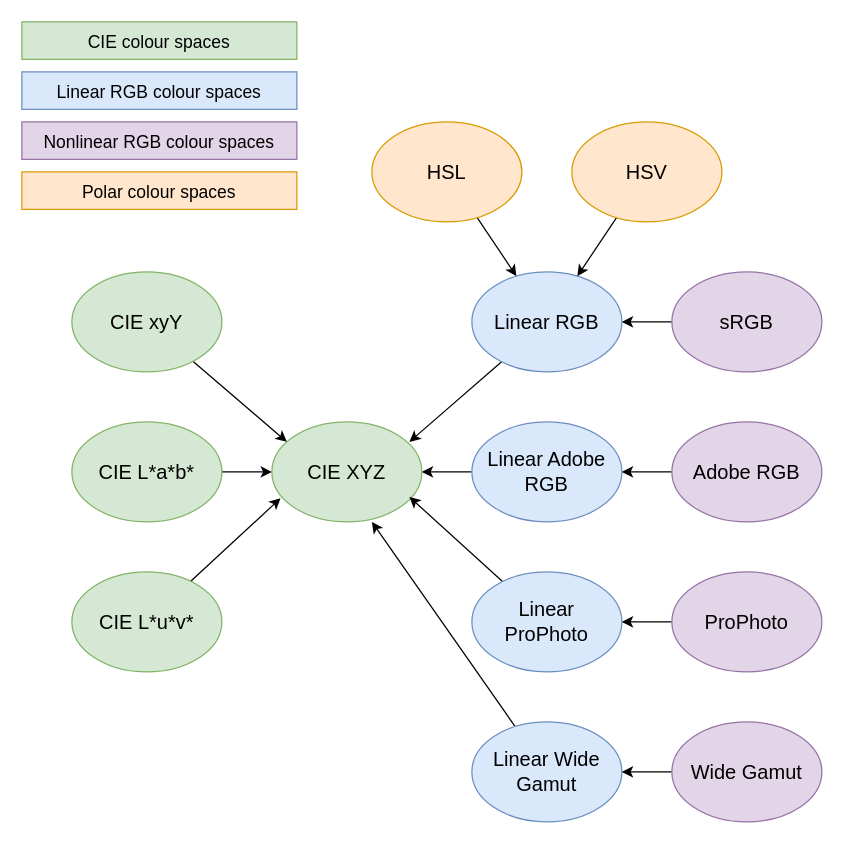
Above: docs/images/colour-spaces.drawio in CaptainCrowbar/rs-graphics-core (draw.io), before the change. Source tidied: cells renumbered, new cells numbered last; positions are measured from the earlier drawing's top-left corner, leaving out a move shared by most shapes. Both pictures are drawn from the tidied source at 125%, with x=0, y=0 at pixel (21, 21).
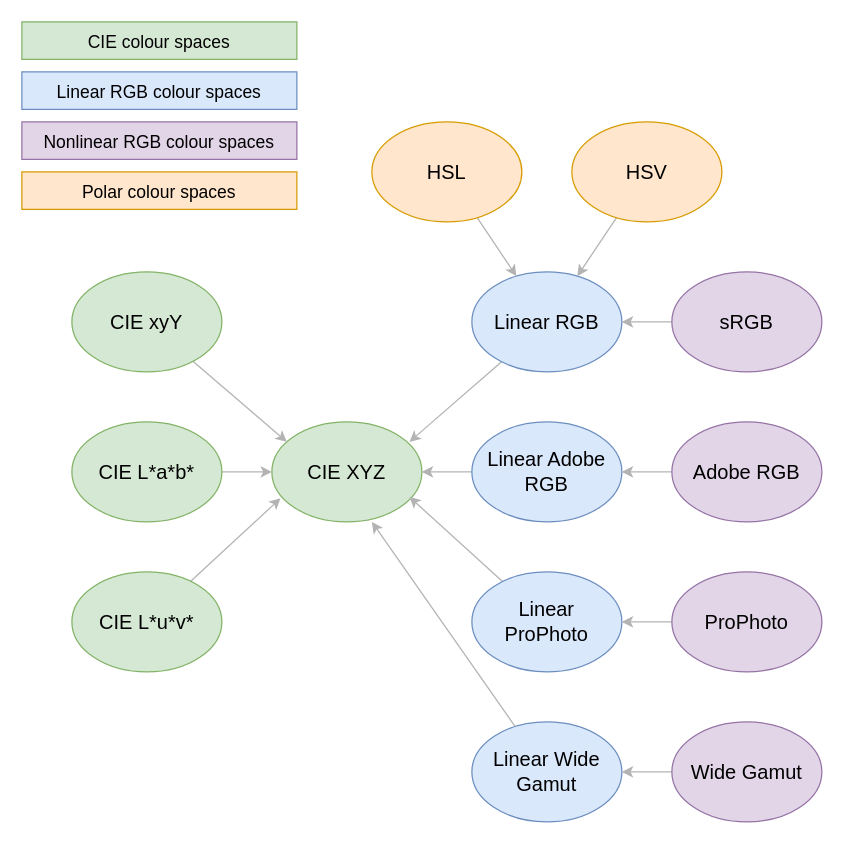
The same diagram, later.

Commit message (it also covers changes not shown here):
More tweaks to the diagram

The change refers to these unchanged cells:
```xml
<mxCell id="2" value="&lt;font style=&quot;font-size: 16px&quot;&gt;CIE XYZ&lt;/font&gt;" style="ellipse;whiteSpace=wrap;html=1;fillColor=#d5e8d4;strokeColor=#82b366;" parent="1" vertex="1">
  <mxGeometry x="200" y="320" width="120" height="80" as="geometry" />
</mxCell>
<mxCell id="4" value="&lt;font style=&quot;font-size: 16px&quot;&gt;CIE xyY&lt;/font&gt;" style="ellipse;whiteSpace=wrap;html=1;fillColor=#d5e8d4;strokeColor=#82b366;" parent="1" vertex="1">
  <mxGeometry x="40" y="200" width="120" height="80" as="geometry" />
</mxCell>
<mxCell id="6" value="&lt;font style=&quot;font-size: 16px&quot;&gt;CIE L*a*b*&lt;/font&gt;" style="ellipse;whiteSpace=wrap;html=1;fillColor=#d5e8d4;strokeColor=#82b366;" parent="1" vertex="1">
  <mxGeometry x="40" y="320" width="120" height="80" as="geometry" />
</mxCell>
<mxCell id="8" value="&lt;font style=&quot;font-size: 16px&quot;&gt;CIE L*u*v*&lt;/font&gt;" style="ellipse;whiteSpace=wrap;html=1;fillColor=#d5e8d4;strokeColor=#82b366;" parent="1" vertex="1">
  <mxGeometry x="40" y="440" width="120" height="80" as="geometry" />
</mxCell>
<mxCell id="10" value="&lt;font&gt;&lt;font style=&quot;font-size: 16px&quot;&gt;Linear RGB&lt;/font&gt;&lt;br&gt;&lt;/font&gt;" style="ellipse;whiteSpace=wrap;html=1;fillColor=#dae8fc;strokeColor=#6c8ebf;" parent="1" vertex="1">
  <mxGeometry x="360" y="200" width="120" height="80" as="geometry" />
</mxCell>
<mxCell id="12" value="&lt;font&gt;&lt;font style=&quot;font-size: 16px&quot;&gt;Linear Adobe&lt;br&gt;RGB&lt;/font&gt;&lt;br&gt;&lt;/font&gt;" style="ellipse;whiteSpace=wrap;html=1;fillColor=#dae8fc;strokeColor=#6c8ebf;" parent="1" vertex="1">
  <mxGeometry x="360" y="320" width="120" height="80" as="geometry" />
</mxCell>
<mxCell id="14" value="&lt;font&gt;&lt;font style=&quot;font-size: 16px&quot;&gt;Linear&lt;br&gt;ProPhoto&lt;/font&gt;&lt;br&gt;&lt;/font&gt;" style="ellipse;whiteSpace=wrap;html=1;fillColor=#dae8fc;strokeColor=#6c8ebf;" parent="1" vertex="1">
  <mxGeometry x="360" y="440" width="120" height="80" as="geometry" />
</mxCell>
<mxCell id="16" value="&lt;font&gt;&lt;font style=&quot;font-size: 16px&quot;&gt;Linear Wide&lt;br&gt;Gamut&lt;/font&gt;&lt;br&gt;&lt;/font&gt;" style="ellipse;whiteSpace=wrap;html=1;fillColor=#dae8fc;strokeColor=#6c8ebf;" parent="1" vertex="1">
  <mxGeometry x="360" y="560" width="120" height="80" as="geometry" />
</mxCell>
<mxCell id="18" value="&lt;font&gt;&lt;font style=&quot;font-size: 16px&quot;&gt;sRGB&lt;/font&gt;&lt;br&gt;&lt;/font&gt;" style="ellipse;whiteSpace=wrap;html=1;fillColor=#e1d5e7;strokeColor=#9673a6;" parent="1" vertex="1">
  <mxGeometry x="520" y="200" width="120" height="80" as="geometry" />
</mxCell>
<mxCell id="20" value="&lt;font&gt;&lt;font style=&quot;font-size: 16px&quot;&gt;Adobe RGB&lt;/font&gt;&lt;br&gt;&lt;/font&gt;" style="ellipse;whiteSpace=wrap;html=1;fillColor=#e1d5e7;strokeColor=#9673a6;" parent="1" vertex="1">
  <mxGeometry x="520" y="320" width="120" height="80" as="geometry" />
</mxCell>
<mxCell id="22" value="&lt;font&gt;&lt;font style=&quot;font-size: 16px&quot;&gt;ProPhoto&lt;/font&gt;&lt;br&gt;&lt;/font&gt;" style="ellipse;whiteSpace=wrap;html=1;fillColor=#e1d5e7;strokeColor=#9673a6;" parent="1" vertex="1">
  <mxGeometry x="520" y="440" width="120" height="80" as="geometry" />
</mxCell>
<mxCell id="24" value="&lt;font&gt;&lt;font style=&quot;font-size: 16px&quot;&gt;Wide Gamut&lt;/font&gt;&lt;br&gt;&lt;/font&gt;" style="ellipse;whiteSpace=wrap;html=1;fillColor=#e1d5e7;strokeColor=#9673a6;" parent="1" vertex="1">
  <mxGeometry x="520" y="560" width="120" height="80" as="geometry" />
</mxCell>
<mxCell id="26" value="&lt;font&gt;&lt;font style=&quot;font-size: 16px&quot;&gt;HSL&lt;/font&gt;&lt;br&gt;&lt;/font&gt;" style="ellipse;whiteSpace=wrap;html=1;fillColor=#ffe6cc;strokeColor=#d79b00;" parent="1" vertex="1">
  <mxGeometry x="280" y="80" width="120" height="80" as="geometry" />
</mxCell>
<mxCell id="28" value="&lt;font&gt;&lt;font style=&quot;font-size: 16px&quot;&gt;HSV&lt;/font&gt;&lt;br&gt;&lt;/font&gt;" style="ellipse;whiteSpace=wrap;html=1;fillColor=#ffe6cc;strokeColor=#d79b00;" parent="1" vertex="1">
  <mxGeometry x="440" y="80" width="120" height="80" as="geometry" />
</mxCell>
```

Change to the diagram source:
```diff
@@
-    <mxCell id="3" style="rounded=0;jettySize=auto;html=1;fontFamily=Helvetica;fontSize=14;fontColor=default;entryX=0.1;entryY=0.2;entryDx=0;entryDy=0;entryPerimeter=0;" parent="1" edge="1" source="4" target="2">
+    <mxCell id="3" style="rounded=0;jettySize=auto;html=1;fontFamily=Helvetica;fontSize=14;fontColor=default;entryX=0.1;entryY=0.2;entryDx=0;entryDy=0;entryPerimeter=0;strokeColor=#B3B3B3;" parent="1" edge="1" source="4" target="2">
       <mxGeometry relative="1" as="geometry" />
     </mxCell>
@@
-    <mxCell id="5" style="edgeStyle=orthogonalEdgeStyle;rounded=0;jettySize=auto;html=1;fontFamily=Helvetica;fontSize=14;fontColor=default;" parent="1" edge="1" source="6" target="2">
+    <mxCell id="5" style="edgeStyle=orthogonalEdgeStyle;rounded=0;jettySize=auto;html=1;fontFamily=Helvetica;fontSize=14;fontColor=default;strokeColor=#B3B3B3;" parent="1" edge="1" source="6" target="2">
       <mxGeometry relative="1" as="geometry" />
     </mxCell>
@@
-    <mxCell id="7" style="rounded=0;jettySize=auto;html=1;fontFamily=Helvetica;fontSize=14;fontColor=default;entryX=0.058;entryY=0.763;entryDx=0;entryDy=0;entryPerimeter=0;" parent="1" edge="1" source="8" target="2">
+    <mxCell id="7" style="rounded=0;jettySize=auto;html=1;fontFamily=Helvetica;fontSize=14;fontColor=default;entryX=0.058;entryY=0.763;entryDx=0;entryDy=0;entryPerimeter=0;strokeColor=#B3B3B3;" parent="1" edge="1" source="8" target="2">
       <mxGeometry relative="1" as="geometry" />
     </mxCell>
@@
-    <mxCell id="9" style="edgeStyle=none;rounded=0;jettySize=auto;html=1;fontFamily=Helvetica;fontSize=14;fontColor=default;entryX=0.917;entryY=0.2;entryDx=0;entryDy=0;entryPerimeter=0;" parent="1" edge="1" source="10" target="2">
+    <mxCell id="9" style="edgeStyle=none;rounded=0;jettySize=auto;html=1;fontFamily=Helvetica;fontSize=14;fontColor=default;entryX=0.917;entryY=0.2;entryDx=0;entryDy=0;entryPerimeter=0;strokeColor=#B3B3B3;" parent="1" edge="1" source="10" target="2">
       <mxGeometry relative="1" as="geometry" />
     </mxCell>
@@
-    <mxCell id="11" style="edgeStyle=none;rounded=0;jettySize=auto;html=1;fontFamily=Helvetica;fontSize=14;fontColor=default;entryX=1;entryY=0.5;entryDx=0;entryDy=0;" parent="1" edge="1" source="12" target="2">
+    <mxCell id="11" style="edgeStyle=none;rounded=0;jettySize=auto;html=1;fontFamily=Helvetica;fontSize=14;fontColor=default;entryX=1;entryY=0.5;entryDx=0;entryDy=0;strokeColor=#B3B3B3;" parent="1" edge="1" source="12" target="2">
       <mxGeometry relative="1" as="geometry" />
     </mxCell>
@@
-    <mxCell id="13" style="edgeStyle=none;rounded=0;jettySize=auto;html=1;fontFamily=Helvetica;fontSize=14;fontColor=default;" parent="1" edge="1" source="14">
+    <mxCell id="13" style="edgeStyle=none;rounded=0;jettySize=auto;html=1;fontFamily=Helvetica;fontSize=14;fontColor=default;strokeColor=#B3B3B3;" parent="1" edge="1" source="14">
       <mxGeometry relative="1" as="geometry">
         <mxPoint x="310" y="380" as="targetPoint" />
       </mxGeometry>
     </mxCell>
@@
-    <mxCell id="15" style="edgeStyle=none;rounded=0;jettySize=auto;html=1;fontFamily=Helvetica;fontSize=14;fontColor=default;" parent="1" edge="1" source="16">
+    <mxCell id="15" style="edgeStyle=none;rounded=0;jettySize=auto;html=1;fontFamily=Helvetica;fontSize=14;fontColor=default;strokeColor=#B3B3B3;" parent="1" edge="1" source="16">
       <mxGeometry relative="1" as="geometry">
         <mxPoint x="280" y="400" as="targetPoint" />
       </mxGeometry>
     </mxCell>
@@
-    <mxCell id="17" style="edgeStyle=none;rounded=0;jettySize=auto;html=1;fontFamily=Helvetica;fontSize=14;fontColor=default;" parent="1" edge="1" source="18" target="10">
+    <mxCell id="17" style="edgeStyle=none;rounded=0;jettySize=auto;html=1;fontFamily=Helvetica;fontSize=14;fontColor=default;strokeColor=#B3B3B3;" parent="1" edge="1" source="18" target="10">
       <mxGeometry relative="1" as="geometry" />
     </mxCell>
@@
-    <mxCell id="19" style="edgeStyle=none;rounded=0;jettySize=auto;html=1;fontFamily=Helvetica;fontSize=14;fontColor=default;" parent="1" edge="1" source="20" target="12">
+    <mxCell id="19" style="edgeStyle=none;rounded=0;jettySize=auto;html=1;fontFamily=Helvetica;fontSize=14;fontColor=default;strokeColor=#B3B3B3;" parent="1" edge="1" source="20" target="12">
       <mxGeometry relative="1" as="geometry" />
     </mxCell>
@@
-    <mxCell id="21" style="edgeStyle=none;rounded=0;jettySize=auto;html=1;fontFamily=Helvetica;fontSize=14;fontColor=default;" parent="1" edge="1" source="22" target="14">
+    <mxCell id="21" style="edgeStyle=none;rounded=0;jettySize=auto;html=1;fontFamily=Helvetica;fontSize=14;fontColor=default;strokeColor=#B3B3B3;" parent="1" edge="1" source="22" target="14">
       <mxGeometry relative="1" as="geometry" />
     </mxCell>
@@
-    <mxCell id="23" style="edgeStyle=none;rounded=0;jettySize=auto;html=1;fontFamily=Helvetica;fontSize=14;fontColor=default;" parent="1" edge="1" source="24" target="16">
+    <mxCell id="23" style="edgeStyle=none;rounded=0;jettySize=auto;html=1;fontFamily=Helvetica;fontSize=14;fontColor=default;strokeColor=#B3B3B3;" parent="1" edge="1" source="24" target="16">
       <mxGeometry relative="1" as="geometry" />
     </mxCell>
@@
-    <mxCell id="25" style="edgeStyle=none;rounded=0;jettySize=auto;html=1;fontFamily=Helvetica;fontSize=14;fontColor=default;" parent="1" edge="1" source="26" target="10">
+    <mxCell id="25" style="edgeStyle=none;rounded=0;jettySize=auto;html=1;fontFamily=Helvetica;fontSize=14;fontColor=default;strokeColor=#B3B3B3;" parent="1" edge="1" source="26" target="10">
       <mxGeometry relative="1" as="geometry" />
     </mxCell>
@@
-    <mxCell id="27" style="edgeStyle=none;rounded=0;jettySize=auto;html=1;fontFamily=Helvetica;fontSize=14;fontColor=default;" parent="1" edge="1" source="28" target="10">
+    <mxCell id="27" style="edgeStyle=none;rounded=0;jettySize=auto;html=1;fontFamily=Helvetica;fontSize=14;fontColor=default;strokeColor=#B3B3B3;" parent="1" edge="1" source="28" target="10">
       <mxGeometry relative="1" as="geometry" />
     </mxCell>
```
